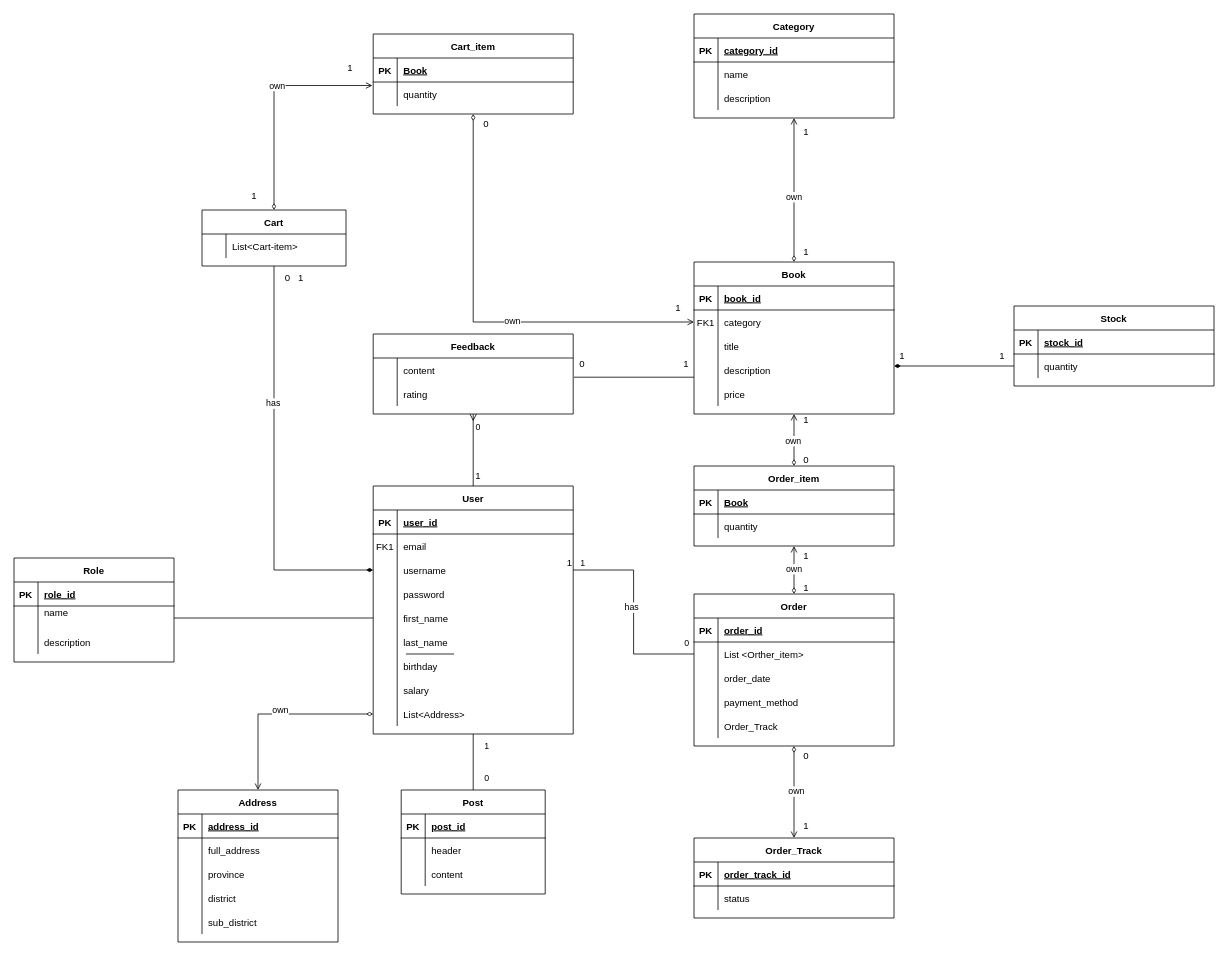
Above: Untitled Diagram.drawio in Bisoo12300/web_project_ERD (draw.io), before the change. Source tidied: cells renumbered, new cells numbered last; positions are measured from the earlier drawing's top-left corner, leaving out a move shared by most shapes. Both pictures are drawn from the tidied source at 80%, with x=0, y=0 at pixel (14, 14).
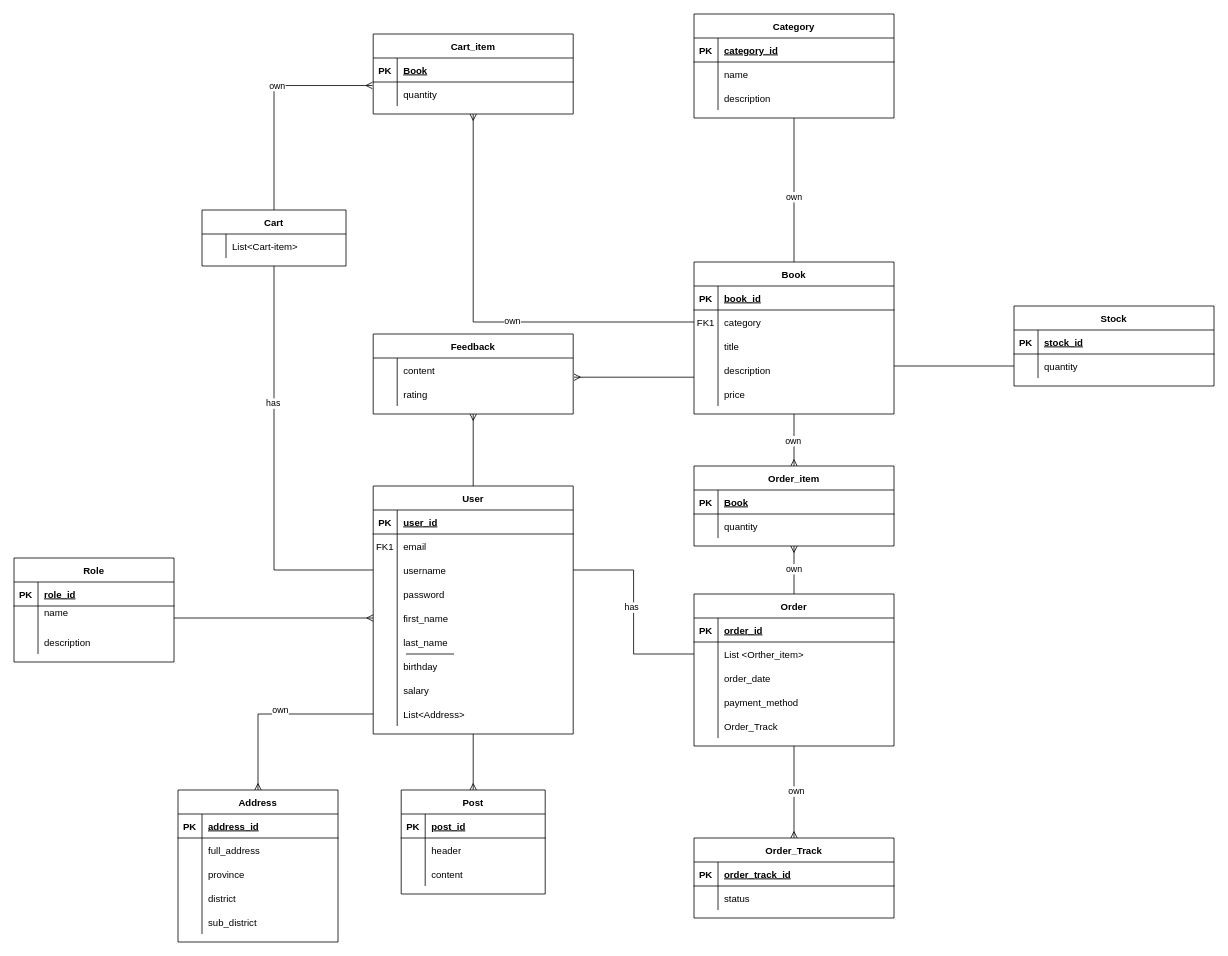
Above is the later version.

Commit message:
nhu loz nguyen noi

The change refers to these unchanged cells:
```xml
<mxCell id="2" value="User" style="shape=table;startSize=30;childLayout=tableLayout;rowLines=0;fontStyle=1;align=center;" parent="1" vertex="1">
  <mxGeometry x="449" y="590" width="250" height="310" as="geometry" />
</mxCell>
<mxCell id="9" style="shape=partialRectangle;fillColor=none;points=[[0,0.5],[1,0.5]];portConstraint=eastwest;top=0;left=0;right=0;bottom=0;" parent="2" vertex="1">
  <mxGeometry y="90" width="250" height="30" as="geometry" />
</mxCell>
<mxCell id="15" style="shape=partialRectangle;fillColor=none;points=[[0,0.5],[1,0.5]];portConstraint=eastwest;top=0;left=0;right=0;bottom=0;" parent="2" vertex="1">
  <mxGeometry y="150" width="250" height="30" as="geometry" />
</mxCell>
<mxCell id="27" style="shape=partialRectangle;fillColor=none;points=[[0,0.5],[1,0.5]];portConstraint=eastwest;top=0;left=0;right=0;bottom=0;" parent="2" vertex="1">
  <mxGeometry y="270" width="250" height="30" as="geometry" />
</mxCell>
<mxCell id="34" style="shape=partialRectangle;fillColor=none;points=[[0,0.5],[1,0.5]];portConstraint=eastwest;top=0;left=0;right=0;bottom=0;" parent="30" vertex="1">
  <mxGeometry y="60" width="200" height="30" as="geometry" />
</mxCell>
<mxCell id="40" value="Address" style="shape=table;startSize=30;childLayout=tableLayout;rowLines=0;fontStyle=1;align=center;" parent="1" vertex="1">
  <mxGeometry x="205" y="970" width="200" height="190" as="geometry" />
</mxCell>
<mxCell id="56" value="Post" style="shape=table;startSize=30;childLayout=tableLayout;rowLines=0;fontStyle=1;align=center;" parent="1" vertex="1">
  <mxGeometry x="484" y="970" width="180" height="130" as="geometry" />
</mxCell>
<mxCell id="73" value="Book" style="shape=table;startSize=30;childLayout=tableLayout;rowLines=0;fontStyle=1;align=center;" parent="1" vertex="1">
  <mxGeometry x="850" y="310" width="250" height="190" as="geometry" />
</mxCell>
<mxCell id="77" style="shape=partialRectangle;fillColor=none;points=[[0,0.5],[1,0.5]];portConstraint=eastwest;top=0;left=0;right=0;bottom=0;" parent="73" vertex="1">
  <mxGeometry y="60" width="250" height="30" as="geometry" />
</mxCell>
<mxCell id="89" value="Cart" style="shape=table;startSize=30;childLayout=tableLayout;rowLines=0;fontStyle=1;align=center;" parent="1" vertex="1">
  <mxGeometry x="235" y="245" width="180" height="70" as="geometry" />
</mxCell>
<mxCell id="93" value="Cart_item" style="shape=table;startSize=30;childLayout=tableLayout;rowLines=0;fontStyle=1;align=center;" parent="1" vertex="1">
  <mxGeometry x="449" y="25" width="250" height="100" as="geometry" />
</mxCell>
<mxCell id="97" style="shape=partialRectangle;fillColor=none;points=[[0,0.5],[1,0.5]];portConstraint=eastwest;top=0;left=0;right=0;bottom=0;" parent="93" vertex="1">
  <mxGeometry y="60" width="250" height="30" as="geometry" />
</mxCell>
<mxCell id="114" style="shape=partialRectangle;fillColor=none;points=[[0,0.5],[1,0.5]];portConstraint=eastwest;top=0;left=0;right=0;bottom=0;" parent="110" vertex="1">
  <mxGeometry y="60" width="250" height="30" as="geometry" />
</mxCell>
<mxCell id="117" value="Order_item" style="shape=table;startSize=30;childLayout=tableLayout;rowLines=0;fontStyle=1;align=center;" parent="1" vertex="1">
  <mxGeometry x="850" y="565" width="250" height="100" as="geometry" />
</mxCell>
<mxCell id="124" value="Order" style="shape=table;startSize=30;childLayout=tableLayout;rowLines=0;fontStyle=1;align=center;" parent="1" vertex="1">
  <mxGeometry x="850" y="725" width="250" height="190" as="geometry" />
</mxCell>
<mxCell id="140" value="Order_Track" style="shape=table;startSize=30;childLayout=tableLayout;rowLines=0;fontStyle=1;align=center;" parent="1" vertex="1">
  <mxGeometry x="850" y="1030" width="250" height="100" as="geometry" />
</mxCell>
<mxCell id="149" style="fontSize=12;html=1;endArrow=ERmany;rounded=0;exitX=0.5;exitY=0;exitDx=0;exitDy=0;entryX=0.5;entryY=1;entryDx=0;entryDy=0;" parent="1" edge="1" source="2" target="66">
  <mxGeometry relative="1" as="geometry" />
</mxCell>
<mxCell id="157" style="endArrow=none;html=1;rounded=0;entryX=1;entryY=0.5;entryDx=0;entryDy=0;exitX=0;exitY=0.5;exitDx=0;exitDy=0;edgeStyle=orthogonalEdgeStyle;" parent="1" edge="1" source="128" target="9">
  <mxGeometry relative="1" as="geometry" />
</mxCell>
```

Change to the diagram source:
```diff
@@
-    <mxCell id="147" style="edgeStyle=orthogonalEdgeStyle;fontSize=12;html=1;endArrow=open;rounded=0;startArrow=diamondThin;startFill=0;endFill=0;" parent="1" edge="1" source="27" target="40">
+    <mxCell id="147" style="edgeStyle=orthogonalEdgeStyle;fontSize=12;html=1;endArrow=ERmany;rounded=0;startArrow=none;startFill=0;endFill=0;" parent="1" edge="1" source="27" target="40">
       <mxGeometry relative="1" as="geometry" />
     </mxCell>
@@
-    <mxCell id="150" value="0" style="edgeLabel;html=1;align=center;verticalAlign=middle;" parent="149" vertex="1">
-      <mxGeometry x="0.69" y="-5" relative="1" as="geometry">
-        <mxPoint y="1" as="offset" />
-      </mxGeometry>
-    </mxCell>
-    <mxCell id="151" style="fontSize=12;html=1;endArrow=open;endFill=0;rounded=0;exitX=0.5;exitY=1;exitDx=0;exitDy=0;entryX=0.5;entryY=0;entryDx=0;entryDy=0;startArrow=diamondThin;startFill=0;" parent="1" edge="1" source="124" target="140">
+    <mxCell id="151" style="fontSize=12;html=1;endArrow=ERmany;endFill=0;rounded=0;exitX=0.5;exitY=1;exitDx=0;exitDy=0;entryX=0.5;entryY=0;entryDx=0;entryDy=0;startArrow=none;startFill=0;" parent="1" edge="1" source="124" target="140">
       <mxGeometry relative="1" as="geometry" />
     </mxCell>
@@
-    <mxCell id="153" style="fontSize=12;html=1;endArrow=open;startArrow=diamondThin;rounded=0;entryX=0.5;entryY=1;entryDx=0;entryDy=0;exitX=0.5;exitY=0;exitDx=0;exitDy=0;startFill=0;endFill=0;" parent="1" edge="1" source="124" target="117">
+    <mxCell id="153" style="fontSize=12;html=1;endArrow=ERmany;startArrow=none;rounded=0;entryX=0.5;entryY=1;entryDx=0;entryDy=0;exitX=0.5;exitY=0;exitDx=0;exitDy=0;startFill=0;endFill=0;" parent="1" edge="1" source="124" target="117">
       <mxGeometry relative="1" as="geometry" />
     </mxCell>
@@
-    <mxCell id="155" style="fontSize=12;html=1;endArrow=open;endFill=0;rounded=0;exitX=0.5;exitY=0;exitDx=0;exitDy=0;startArrow=diamondThin;startFill=0;" parent="1" edge="1" source="117">
+    <mxCell id="155" style="fontSize=12;html=1;endArrow=none;endFill=0;rounded=0;exitX=0.5;exitY=0;exitDx=0;exitDy=0;startArrow=ERmany;startFill=0;" parent="1" edge="1" source="117">
       <mxGeometry relative="1" as="geometry">
         <mxPoint x="975" y="500" as="targetPoint" />
       </mxGeometry>
     </mxCell>
@@
-    <mxCell id="158" value="1" style="html=1;whiteSpace=wrap;align=right;verticalAlign=bottom;" parent="157" vertex="1">
-      <mxGeometry x="1" relative="1" as="geometry" />
-    </mxCell>
@@
-    <mxCell id="160" value="1" style="edgeLabel;html=1;align=center;verticalAlign=middle;" parent="157" vertex="1">
-      <mxGeometry x="0.7" y="-3" relative="1" as="geometry">
-        <mxPoint x="-27" y="-7" as="offset" />
-      </mxGeometry>
-    </mxCell>
-    <mxCell id="161" value="0" style="edgeLabel;html=1;align=center;verticalAlign=middle;" parent="157" vertex="1">
-      <mxGeometry x="-0.74" relative="1" as="geometry">
-        <mxPoint x="23" y="-15" as="offset" />
-      </mxGeometry>
-    </mxCell>
-    <mxCell id="162" style="endArrow=none;html=1;rounded=0;" parent="1" edge="1" source="34" target="15">
+    <mxCell id="162" style="endArrow=ERmany;html=1;rounded=0;endFill=0;" parent="1" edge="1" source="34" target="15">
       <mxGeometry relative="1" as="geometry" />
     </mxCell>
@@
-    <mxCell id="164" style="endArrow=none;html=1;rounded=0;exitX=0.5;exitY=1;exitDx=0;exitDy=0;entryX=0.5;entryY=0;entryDx=0;entryDy=0;" parent="1" edge="1" source="2" target="56">
+    <mxCell id="164" style="endArrow=ERmany;html=1;rounded=0;exitX=0.5;exitY=1;exitDx=0;exitDy=0;entryX=0.5;entryY=0;entryDx=0;entryDy=0;endFill=0;" parent="1" edge="1" source="2" target="56">
       <mxGeometry relative="1" as="geometry" />
     </mxCell>
-    <mxCell id="165" value="1" style="edgeLabel;html=1;align=center;verticalAlign=middle;" parent="164" vertex="1">
-      <mxGeometry x="-0.6" y="1" relative="1" as="geometry">
-        <mxPoint x="15" as="offset" />
-      </mxGeometry>
-    </mxCell>
-    <mxCell id="166" value="0" style="edgeLabel;html=1;align=center;verticalAlign=middle;" parent="164" vertex="1">
-      <mxGeometry x="0.55" y="2" relative="1" as="geometry">
-        <mxPoint x="14" as="offset" />
-      </mxGeometry>
-    </mxCell>
-    <mxCell id="167" style="endArrow=none;html=1;rounded=0;" parent="1" edge="1">
+    <mxCell id="167" style="endArrow=none;html=1;rounded=0;startArrow=ERmany;startFill=0;" parent="1" edge="1">
       <mxGeometry relative="1" as="geometry">
         <mxPoint x="700" y="454" as="sourcePoint" />
         <mxPoint x="850" y="454" as="targetPoint" />
       </mxGeometry>
     </mxCell>
-    <mxCell id="168" style="endArrow=open;html=1;rounded=0;exitX=0.5;exitY=0;exitDx=0;exitDy=0;startArrow=diamondThin;startFill=0;endFill=0;" parent="1" edge="1" source="73">
+    <mxCell id="168" style="endArrow=none;html=1;rounded=0;exitX=0.5;exitY=0;exitDx=0;exitDy=0;startArrow=none;startFill=0;endFill=0;" parent="1" edge="1" source="73">
       <mxGeometry relative="1" as="geometry">
         <mxPoint x="975" y="130" as="targetPoint" />
       </mxGeometry>
     </mxCell>
@@
-    <mxCell id="170" style="endArrow=diamondThin;html=1;rounded=0;entryX=0.5;entryY=1;entryDx=0;entryDy=0;exitX=0;exitY=0.5;exitDx=0;exitDy=0;edgeStyle=orthogonalEdgeStyle;startArrow=open;startFill=0;endFill=0;" parent="1" edge="1" source="77" target="93">
+    <mxCell id="170" style="endArrow=ERmany;html=1;rounded=0;entryX=0.5;entryY=1;entryDx=0;entryDy=0;exitX=0;exitY=0.5;exitDx=0;exitDy=0;edgeStyle=orthogonalEdgeStyle;startArrow=none;startFill=0;endFill=0;" parent="1" edge="1" source="77" target="93">
       <mxGeometry relative="1" as="geometry" />
     </mxCell>
@@
-    <mxCell id="172" value="1" style="text;html=1;align=center;verticalAlign=middle;strokeColor=none;fillColor=none;" parent="1" vertex="1">
-      <mxGeometry x="815" y="353" width="30" height="30" as="geometry" />
-    </mxCell>
-    <mxCell id="173" value="0" style="text;html=1;align=center;verticalAlign=middle;strokeColor=none;fillColor=none;" parent="1" vertex="1">
-      <mxGeometry x="575" y="123" width="30" height="30" as="geometry" />
-    </mxCell>
-    <mxCell id="174" value="0" style="text;html=1;align=center;verticalAlign=middle;strokeColor=none;fillColor=none;" parent="1" vertex="1">
-      <mxGeometry x="695" y="423" width="30" height="30" as="geometry" />
-    </mxCell>
-    <mxCell id="175" value="1" style="text;html=1;align=center;verticalAlign=middle;strokeColor=none;fillColor=none;" parent="1" vertex="1">
-      <mxGeometry x="825" y="423" width="30" height="30" as="geometry" />
-    </mxCell>
-    <mxCell id="176" value="1" style="text;html=1;align=center;verticalAlign=middle;strokeColor=none;fillColor=none;" parent="1" vertex="1">
-      <mxGeometry x="565" y="563" width="30" height="30" as="geometry" />
-    </mxCell>
-    <mxCell id="177" style="endArrow=diamondThin;html=1;rounded=0;exitX=0.5;exitY=1;exitDx=0;exitDy=0;entryX=0;entryY=0.5;entryDx=0;entryDy=0;edgeStyle=orthogonalEdgeStyle;endFill=1;" parent="1" edge="1" source="89" target="9">
+    <mxCell id="177" style="endArrow=none;html=1;rounded=0;exitX=0.5;exitY=1;exitDx=0;exitDy=0;entryX=0;entryY=0.5;entryDx=0;entryDy=0;edgeStyle=orthogonalEdgeStyle;endFill=0;" parent="1" edge="1" source="89" target="9">
       <mxGeometry relative="1" as="geometry" />
     </mxCell>
@@
-    <mxCell id="179" value="0&amp;nbsp; &amp;nbsp;1" style="text;html=1;align=center;verticalAlign=middle;strokeColor=none;fillColor=none;" parent="1" vertex="1">
-      <mxGeometry x="325" y="315" width="50" height="30" as="geometry" />
-    </mxCell>
-    <mxCell id="180" style="endArrow=open;html=1;rounded=0;entryX=-0.004;entryY=0.147;entryDx=0;entryDy=0;entryPerimeter=0;exitX=0.5;exitY=0;exitDx=0;exitDy=0;edgeStyle=orthogonalEdgeStyle;startArrow=diamondThin;startFill=0;endFill=0;" parent="1" edge="1" source="89" target="97">
+    <mxCell id="180" style="endArrow=ERmany;html=1;rounded=0;entryX=-0.004;entryY=0.147;entryDx=0;entryDy=0;entryPerimeter=0;exitX=0.5;exitY=0;exitDx=0;exitDy=0;edgeStyle=orthogonalEdgeStyle;startArrow=none;startFill=0;endFill=0;" parent="1" edge="1" source="89" target="97">
       <mxGeometry relative="1" as="geometry" />
     </mxCell>
@@
-    <mxCell id="182" value="1" style="text;html=1;align=center;verticalAlign=middle;strokeColor=none;fillColor=none;" parent="1" vertex="1">
-      <mxGeometry x="285" y="213" width="30" height="30" as="geometry" />
-    </mxCell>
-    <mxCell id="183" value="1" style="text;html=1;align=center;verticalAlign=middle;strokeColor=none;fillColor=none;" parent="1" vertex="1">
-      <mxGeometry x="405" y="53" width="30" height="30" as="geometry" />
-    </mxCell>
-    <mxCell id="184" value="1" style="text;html=1;align=center;verticalAlign=middle;strokeColor=none;fillColor=none;" parent="1" vertex="1">
-      <mxGeometry x="975" y="493" width="30" height="30" as="geometry" />
-    </mxCell>
-    <mxCell id="185" value="0" style="text;html=1;align=center;verticalAlign=middle;strokeColor=none;fillColor=none;" parent="1" vertex="1">
-      <mxGeometry x="975" y="543" width="30" height="30" as="geometry" />
-    </mxCell>
-    <mxCell id="186" style="endArrow=none;html=1;rounded=0;entryX=0;entryY=0.5;entryDx=0;entryDy=0;startArrow=diamondThin;startFill=1;" parent="1" edge="1" target="114">
+    <mxCell id="186" style="endArrow=none;html=1;rounded=0;entryX=0;entryY=0.5;entryDx=0;entryDy=0;startArrow=none;startFill=0;" parent="1" edge="1" target="114">
       <mxGeometry relative="1" as="geometry">
         <mxPoint x="1100" y="440" as="sourcePoint" />
       </mxGeometry>
     </mxCell>
-    <mxCell id="187" value="1" style="text;html=1;align=center;verticalAlign=middle;strokeColor=none;fillColor=none;" parent="1" vertex="1">
-      <mxGeometry x="1095" y="413" width="30" height="30" as="geometry" />
-    </mxCell>
-    <mxCell id="188" value="1" style="text;html=1;align=center;verticalAlign=middle;strokeColor=none;fillColor=none;" parent="1" vertex="1">
-      <mxGeometry x="1220" y="413" width="30" height="30" as="geometry" />
-    </mxCell>
-    <mxCell id="189" value="0" style="text;html=1;align=center;verticalAlign=middle;strokeColor=none;fillColor=none;" parent="1" vertex="1">
-      <mxGeometry x="975" y="913" width="30" height="30" as="geometry" />
-    </mxCell>
-    <mxCell id="190" value="1" style="text;html=1;align=center;verticalAlign=middle;strokeColor=none;fillColor=none;" parent="1" vertex="1">
-      <mxGeometry x="975" y="1000" width="30" height="30" as="geometry" />
-    </mxCell>
-    <mxCell id="191" value="1" style="text;html=1;align=center;verticalAlign=middle;strokeColor=none;fillColor=none;" parent="1" vertex="1">
-      <mxGeometry x="975" y="703" width="30" height="30" as="geometry" />
-    </mxCell>
-    <mxCell id="192" value="1" style="text;html=1;align=center;verticalAlign=middle;strokeColor=none;fillColor=none;" parent="1" vertex="1">
-      <mxGeometry x="975" y="663" width="30" height="30" as="geometry" />
-    </mxCell>
-    <mxCell id="193" value="1" style="text;html=1;align=center;verticalAlign=middle;strokeColor=none;fillColor=none;" parent="1" vertex="1">
-      <mxGeometry x="975" y="133" width="30" height="30" as="geometry" />
-    </mxCell>
-    <mxCell id="194" value="1" style="text;html=1;align=center;verticalAlign=middle;strokeColor=none;fillColor=none;" parent="1" vertex="1">
-      <mxGeometry x="975" y="283" width="30" height="30" as="geometry" />
-    </mxCell>
```
